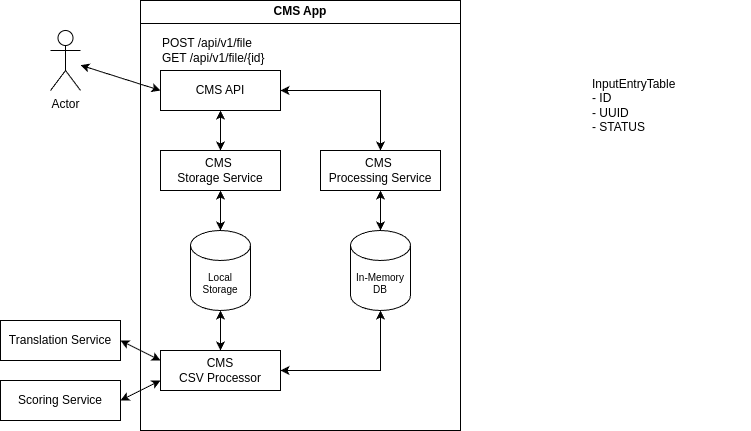
Earlier version of the draw.io export Design/cms-architecture-v3.png (rbreje/content-moderation-system). Source tidied: cells renumbered, new cells last; positions are measured from the earlier drawing's top-left corner, leaving out a move shared by most shapes. The source it was exported from:
```xml
<mxGraphModel>
  <root>
    <mxCell id="0" />
    <mxCell id="1" parent="0" />
    <mxCell id="2" value="Actor" style="shape=umlActor;verticalLabelPosition=bottom;verticalAlign=top;html=1;outlineConnect=0;" parent="1" vertex="1">
      <mxGeometry x="50" y="30" width="30" height="60" as="geometry" />
    </mxCell>
    <mxCell id="3" value="CMS App" style="swimlane;whiteSpace=wrap;html=1;" parent="1" vertex="1">
      <mxGeometry x="140" width="320" height="430" as="geometry" />
    </mxCell>
    <mxCell id="4" value="CMS&amp;nbsp;&lt;div&gt;&lt;span style=&quot;background-color: initial;&quot;&gt;Storage Service&lt;/span&gt;&lt;/div&gt;" style="rounded=0;whiteSpace=wrap;html=1;" parent="3" vertex="1">
      <mxGeometry x="20" y="150" width="120" height="40" as="geometry" />
    </mxCell>
    <mxCell id="5" value="POST /api/v1/file&lt;div&gt;GET /api/v1/file/{id}&lt;/div&gt;" style="text;html=1;align=left;verticalAlign=middle;strokeColor=none;fillColor=none;" parent="3" vertex="1">
      <mxGeometry x="20" y="30" width="130" height="40" as="geometry" />
    </mxCell>
    <mxCell id="6" value="In-Memory DB" style="shape=cylinder3;whiteSpace=wrap;html=1;boundedLbl=1;backgroundOutline=1;size=15;fontSize=10;" parent="3" vertex="1">
      <mxGeometry x="210" y="230" width="60" height="80" as="geometry" />
    </mxCell>
    <mxCell id="7" value="Local&lt;div&gt;Storage&lt;/div&gt;" style="shape=cylinder3;whiteSpace=wrap;html=1;boundedLbl=1;backgroundOutline=1;size=15;fontSize=10;" parent="3" vertex="1">
      <mxGeometry x="50" y="230" width="60" height="80" as="geometry" />
    </mxCell>
    <mxCell id="8" value="CMS API" style="rounded=0;whiteSpace=wrap;html=1;" parent="3" vertex="1">
      <mxGeometry x="20" y="70" width="120" height="40" as="geometry" />
    </mxCell>
    <mxCell id="9" style="endArrow=classic;startArrow=classic;html=1;rounded=0;entryX=0.5;entryY=0;entryDx=0;entryDy=0;exitX=0.5;exitY=1;exitDx=0;exitDy=0;" parent="3" edge="1" source="8" target="4">
      <mxGeometry relative="1" as="geometry" />
    </mxCell>
    <mxCell id="10" value="CMS&amp;nbsp;&lt;div&gt;&lt;span style=&quot;background-color: initial;&quot;&gt;Processing Service&lt;/span&gt;&lt;/div&gt;" style="rounded=0;whiteSpace=wrap;html=1;" parent="3" vertex="1">
      <mxGeometry x="180" y="150" width="120" height="40" as="geometry" />
    </mxCell>
    <mxCell id="11" style="endArrow=classic;startArrow=classic;html=1;rounded=0;entryX=0.5;entryY=0;entryDx=0;entryDy=0;exitX=1;exitY=0.5;exitDx=0;exitDy=0;edgeStyle=orthogonalEdgeStyle;" parent="3" edge="1" source="8" target="10">
      <mxGeometry relative="1" as="geometry" />
    </mxCell>
    <mxCell id="12" style="endArrow=classic;startArrow=classic;html=1;rounded=0;exitX=0.5;exitY=1;exitDx=0;exitDy=0;" parent="3" edge="1" source="10" target="6">
      <mxGeometry relative="1" as="geometry" />
    </mxCell>
    <mxCell id="13" style="endArrow=classic;startArrow=classic;html=1;rounded=0;entryX=0.5;entryY=0;entryDx=0;entryDy=0;exitX=0.5;exitY=1;exitDx=0;exitDy=0;entryPerimeter=0;" parent="3" edge="1" source="4" target="7">
      <mxGeometry relative="1" as="geometry" />
    </mxCell>
    <mxCell id="14" value="CMS&lt;div&gt;CSV Processor&lt;/div&gt;" style="rounded=0;whiteSpace=wrap;html=1;" parent="3" vertex="1">
      <mxGeometry x="20" y="350" width="120" height="40" as="geometry" />
    </mxCell>
    <mxCell id="15" style="edgeStyle=orthogonalEdgeStyle;rounded=0;jettySize=auto;html=1;entryX=0.5;entryY=1;entryDx=0;entryDy=0;entryPerimeter=0;startArrow=classic;startFill=1;" parent="3" edge="1" source="14" target="7">
      <mxGeometry relative="1" as="geometry">
        <Array as="points">
          <mxPoint x="80" y="360" />
          <mxPoint x="80" y="360" />
        </Array>
      </mxGeometry>
    </mxCell>
    <mxCell id="16" style="edgeStyle=orthogonalEdgeStyle;rounded=0;jettySize=auto;html=1;entryX=0.5;entryY=1;entryDx=0;entryDy=0;entryPerimeter=0;startArrow=classic;startFill=1;exitX=1;exitY=0.5;exitDx=0;exitDy=0;" parent="3" edge="1" source="14" target="6">
      <mxGeometry relative="1" as="geometry">
        <Array as="points">
          <mxPoint x="240" y="370" />
        </Array>
      </mxGeometry>
    </mxCell>
    <mxCell id="17" style="endArrow=classic;startArrow=classic;html=1;rounded=0;entryX=0;entryY=0.5;entryDx=0;entryDy=0;" parent="1" edge="1" source="2" target="8">
      <mxGeometry relative="1" as="geometry" />
    </mxCell>
    <mxCell id="18" value="InputEntryTable&lt;div&gt;- ID&lt;/div&gt;&lt;div&gt;- UUID&lt;/div&gt;&lt;div&gt;- STATUS&lt;/div&gt;&lt;div&gt;&lt;br&gt;&lt;/div&gt;&lt;div&gt;&lt;br&gt;&lt;/div&gt;" style="text;html=1;align=left;verticalAlign=top;whiteSpace=wrap;rounded=0;" parent="1" vertex="1">
      <mxGeometry x="590" y="70" width="160" height="160" as="geometry" />
    </mxCell>
    <mxCell id="19" style="endArrow=classic;startArrow=classic;html=1;rounded=0;exitX=0;exitY=0.25;exitDx=0;exitDy=0;entryX=1;entryY=0.5;entryDx=0;entryDy=0;" parent="1" edge="1" source="14" target="21">
      <mxGeometry relative="1" as="geometry" />
    </mxCell>
    <mxCell id="20" style="endArrow=classic;startArrow=classic;html=1;rounded=0;entryX=1;entryY=0.5;entryDx=0;entryDy=0;exitX=0;exitY=0.75;exitDx=0;exitDy=0;" parent="1" edge="1" source="14" target="22">
      <mxGeometry relative="1" as="geometry" />
    </mxCell>
    <mxCell id="21" value="Translation Service" style="rounded=0;whiteSpace=wrap;html=1;" parent="1" vertex="1">
      <mxGeometry y="320" width="120" height="40" as="geometry" />
    </mxCell>
    <mxCell id="22" value="Scoring Service" style="rounded=0;whiteSpace=wrap;html=1;" parent="1" vertex="1">
      <mxGeometry y="380" width="120" height="40" as="geometry" />
    </mxCell>
  </root>
</mxGraphModel>
```
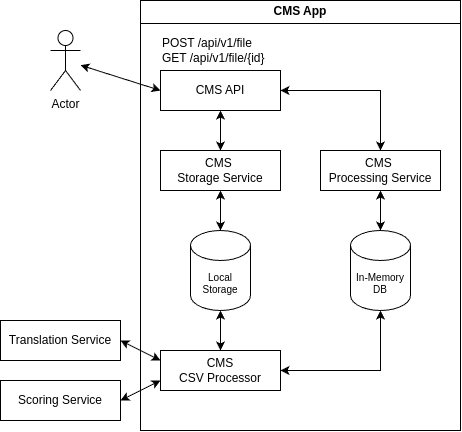
After the change.

What changed in the source:
```diff
@@ -59,9 +59,6 @@
     <mxCell id="17" style="endArrow=classic;startArrow=classic;html=1;rounded=0;entryX=0;entryY=0.5;entryDx=0;entryDy=0;" parent="1" edge="1" source="2" target="8">
       <mxGeometry relative="1" as="geometry" />
     </mxCell>
-    <mxCell id="18" value="InputEntryTable&lt;div&gt;- ID&lt;/div&gt;&lt;div&gt;- UUID&lt;/div&gt;&lt;div&gt;- STATUS&lt;/div&gt;&lt;div&gt;&lt;br&gt;&lt;/div&gt;&lt;div&gt;&lt;br&gt;&lt;/div&gt;" style="text;html=1;align=left;verticalAlign=top;whiteSpace=wrap;rounded=0;" parent="1" vertex="1">
-      <mxGeometry x="590" y="70" width="160" height="160" as="geometry" />
-    </mxCell>
     <mxCell id="19" style="endArrow=classic;startArrow=classic;html=1;rounded=0;exitX=0;exitY=0.25;exitDx=0;exitDy=0;entryX=1;entryY=0.5;entryDx=0;entryDy=0;" parent="1" edge="1" source="14" target="21">
       <mxGeometry relative="1" as="geometry" />
     </mxCell>
```
